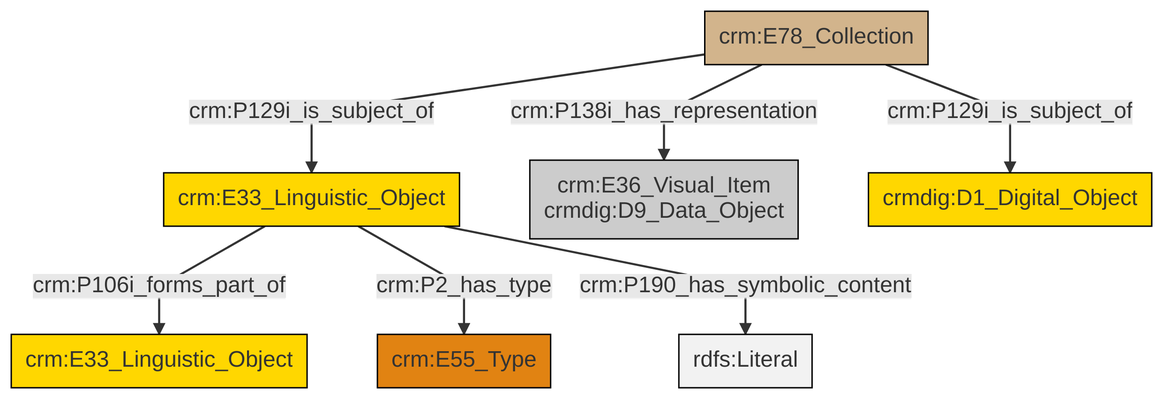
Above: et/archivalCSV/ttl/mmd/png/archival_docs.png in swiss-art-research-net/docs.swissartresearch (Mermaid), before the change. Its source is kept beside it as et/archivalCSV/ttl/mmd/archival_docs.ttl.mmd.
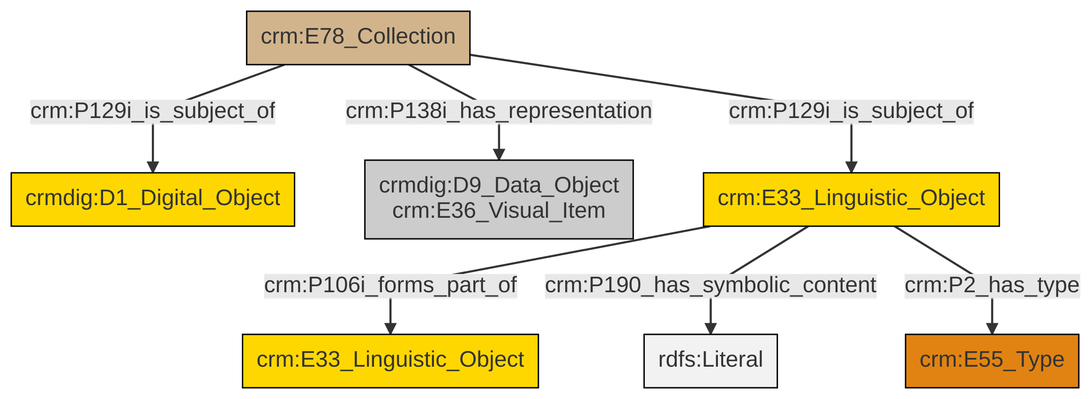
After the change.

Change to the diagram source:
```diff
@@ -13,9 +13,9 @@
 classDef PC_Classes fill:#4ce600, stroke:#000000;
 classDef Multi fill:#cccccc,stroke:#000000;
 
-0["crm:E78_Collection"]:::Physical_Thing -->|crm:P129i_is_subject_of| 1["crm:E33_Linguistic_Object"]:::Conceptual_Object
-1["crm:E33_Linguistic_Object"]:::Conceptual_Object -->|crm:P106i_forms_part_of| 4["crm:E33_Linguistic_Object"]:::Conceptual_Object
-0["crm:E78_Collection"]:::Physical_Thing -->|crm:P129i_is_subject_of| 9["crmdig:D1_Digital_Object"]:::Conceptual_Object
-1["crm:E33_Linguistic_Object"]:::Conceptual_Object -->|crm:P2_has_type| 10["crm:E55_Type"]:::Type
-0["crm:E78_Collection"]:::Physical_Thing -->|crm:P138i_has_representation| 2["crm:E36_Visual_Item<br>crmdig:D9_Data_Object"]:::Multi
-1["crm:E33_Linguistic_Object"]:::Conceptual_Object -->|crm:P190_has_symbolic_content| 14[rdfs:Literal]:::Literal
+6["crm:E78_Collection"]:::Physical_Thing -->|crm:P129i_is_subject_of| 0["crmdig:D1_Digital_Object"]:::Conceptual_Object
+7["crm:E33_Linguistic_Object"]:::Conceptual_Object -->|crm:P106i_forms_part_of| 9["crm:E33_Linguistic_Object"]:::Conceptual_Object
+7["crm:E33_Linguistic_Object"]:::Conceptual_Object -->|crm:P190_has_symbolic_content| 10[rdfs:Literal]:::Literal
+6["crm:E78_Collection"]:::Physical_Thing -->|crm:P138i_has_representation| 2["crmdig:D9_Data_Object<br>crm:E36_Visual_Item"]:::Multi
+6["crm:E78_Collection"]:::Physical_Thing -->|crm:P129i_is_subject_of| 7["crm:E33_Linguistic_Object"]:::Conceptual_Object
+7["crm:E33_Linguistic_Object"]:::Conceptual_Object -->|crm:P2_has_type| 4["crm:E55_Type"]:::Type
```
